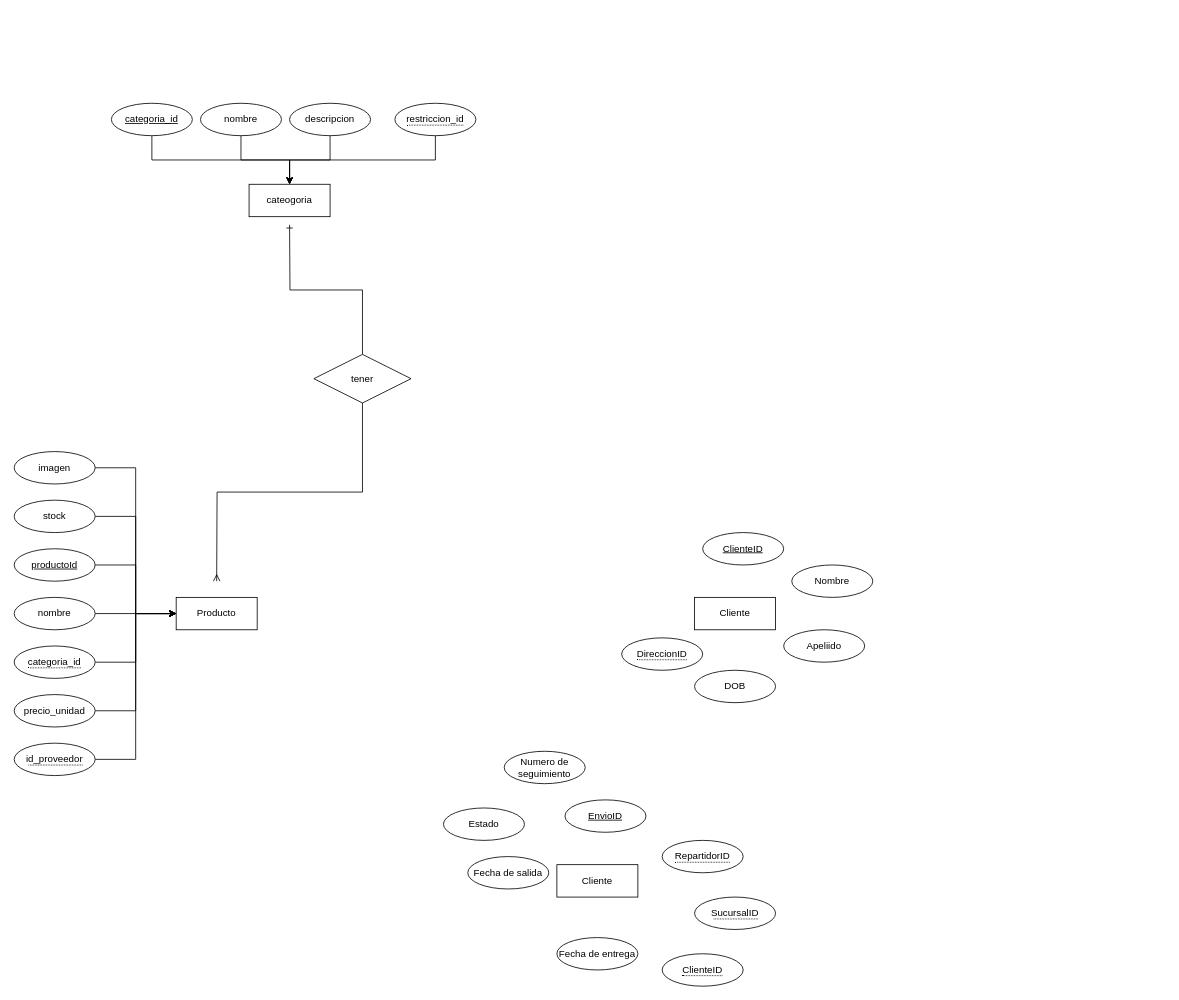
This is ProyectoFinal.drawio from Angel-ISO/Diagramas, a draw.io file, before an edit. Source tidied: cells renumbered, new cells numbered last; positions are measured from the earlier drawing's top-left corner, leaving out a move shared by most shapes. Both pictures are drawn from the tidied source at 81%, with x=0, y=0 at pixel (14, 103).
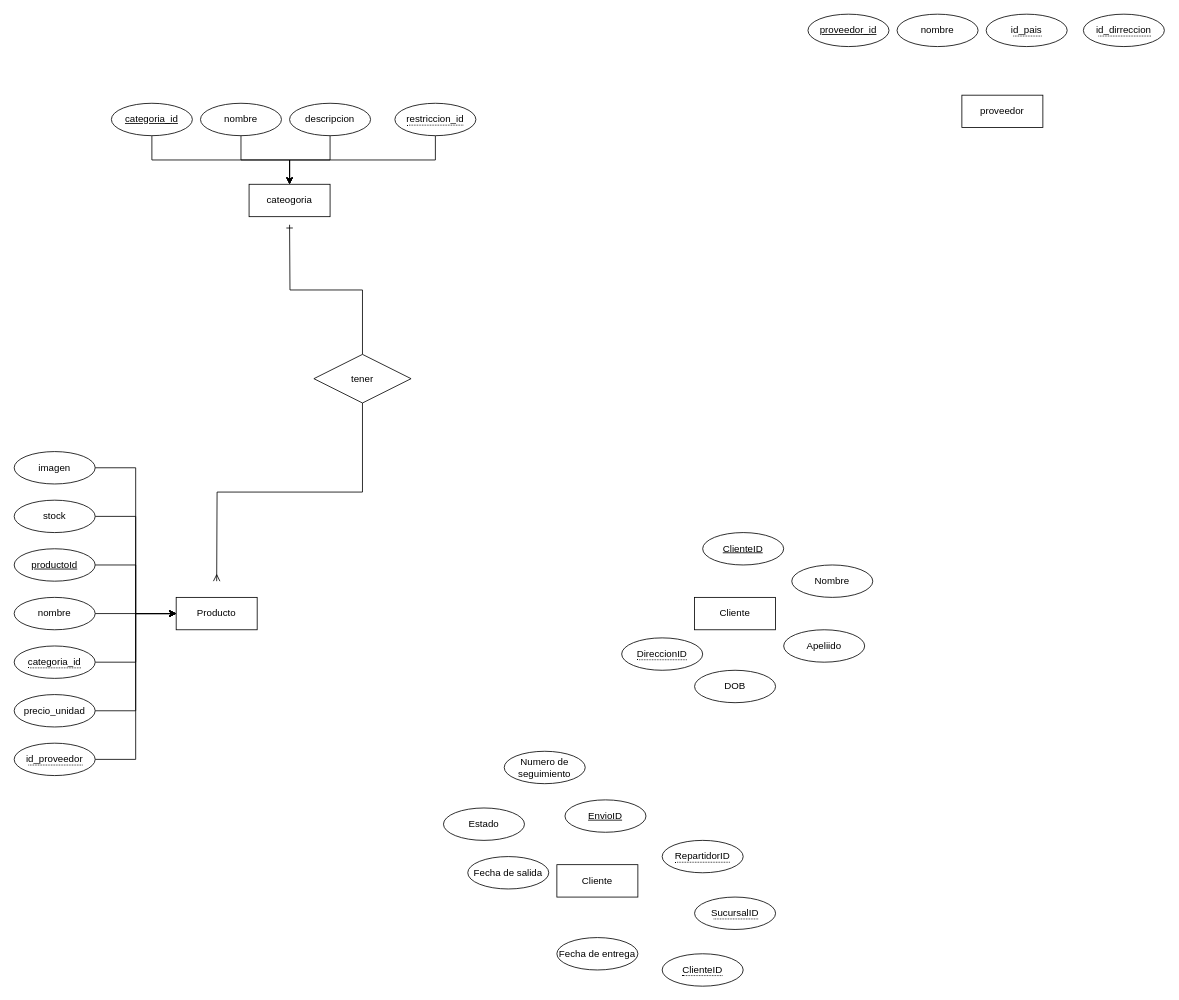
Above is the later version.

Diff of the diagram source:
```diff
@@
+    <mxCell id="44" value="proveedor" style="whiteSpace=wrap;html=1;align=center;" parent="1" vertex="1">
+      <mxGeometry x="1170" y="-10" width="100" height="40" as="geometry" />
+    </mxCell>
@@
+    <mxCell id="45" value="&lt;span style=&quot;border-bottom: 1px dotted&quot;&gt;id_dirreccion&lt;/span&gt;" style="ellipse;whiteSpace=wrap;html=1;align=center;" parent="1" vertex="1">
+      <mxGeometry x="1320" y="-110" width="100" height="40" as="geometry" />
+    </mxCell>
@@
+    <mxCell id="46" value="proveedor_id" style="ellipse;whiteSpace=wrap;html=1;align=center;fontStyle=4;" parent="1" vertex="1">
+      <mxGeometry x="980" y="-110" width="100" height="40" as="geometry" />
+    </mxCell>
@@
+    <mxCell id="47" value="nombre" style="ellipse;whiteSpace=wrap;html=1;align=center;" parent="1" vertex="1">
+      <mxGeometry x="1090" y="-110" width="100" height="40" as="geometry" />
+    </mxCell>
@@
+    <mxCell id="48" value="&lt;span style=&quot;border-bottom: 1px dotted&quot;&gt;id_pais&lt;/span&gt;" style="ellipse;whiteSpace=wrap;html=1;align=center;" parent="1" vertex="1">
+      <mxGeometry x="1200" y="-110" width="100" height="40" as="geometry" />
+    </mxCell>
```
